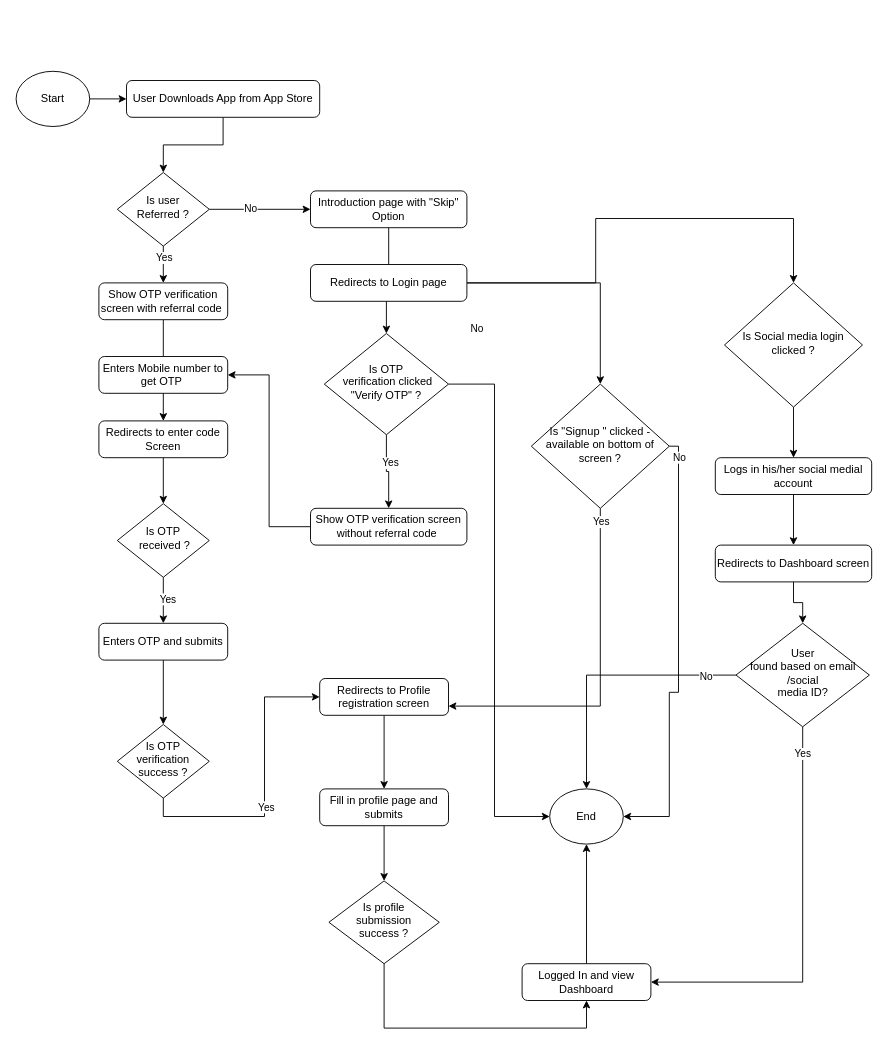
The draw.io diagram Triva_Login_Registration_Flow.drawio in Adityacs001/snippet, before the edit. Source tidied: cells renumbered, new cells numbered last; positions are measured from the earlier drawing's top-left corner, leaving out a move shared by most shapes. Both pictures are drawn from the tidied source at 92%, with x=0, y=0 at pixel (16, 71).
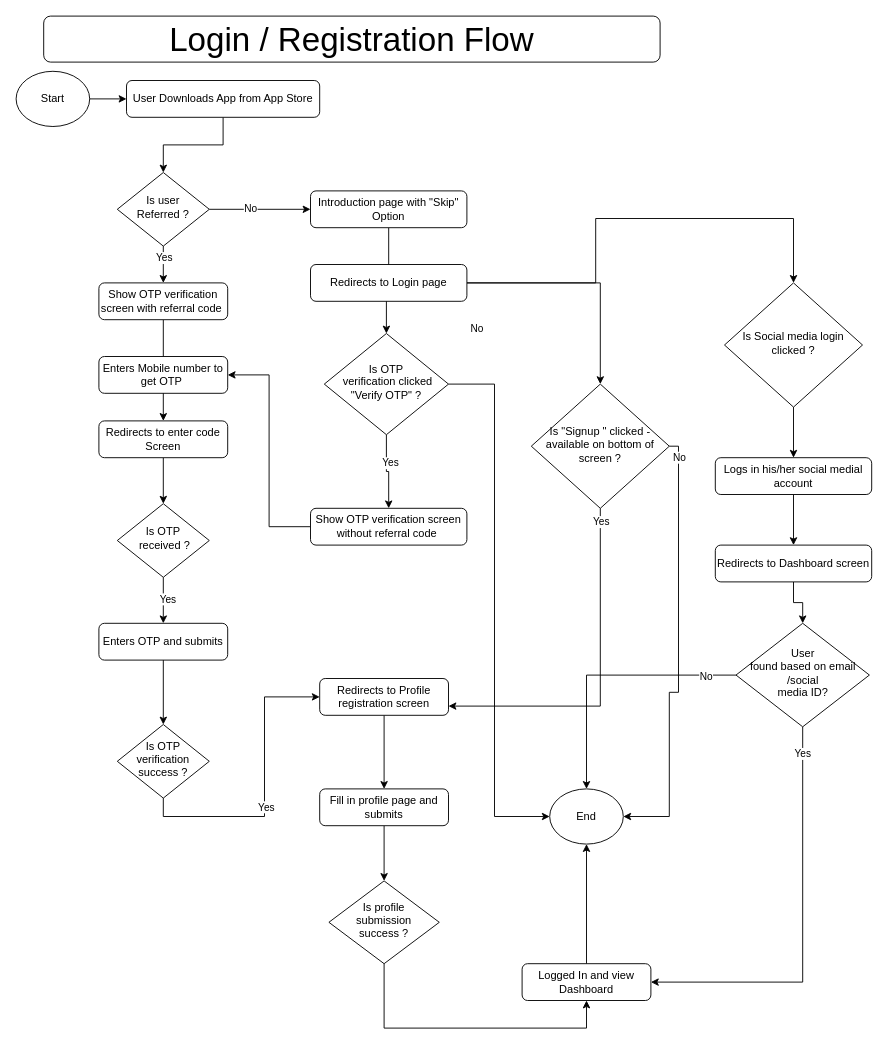
After the change.

Diff of the diagram source:
```diff
@@
+    <mxCell id="61" value="&lt;font style=&quot;font-size: 36px&quot;&gt;Login / Registration Flow&lt;/font&gt;" style="rounded=1;whiteSpace=wrap;html=1;" parent="1" vertex="1">
+      <mxGeometry x="30" y="-60" width="670" height="50" as="geometry" />
+    </mxCell>
```
